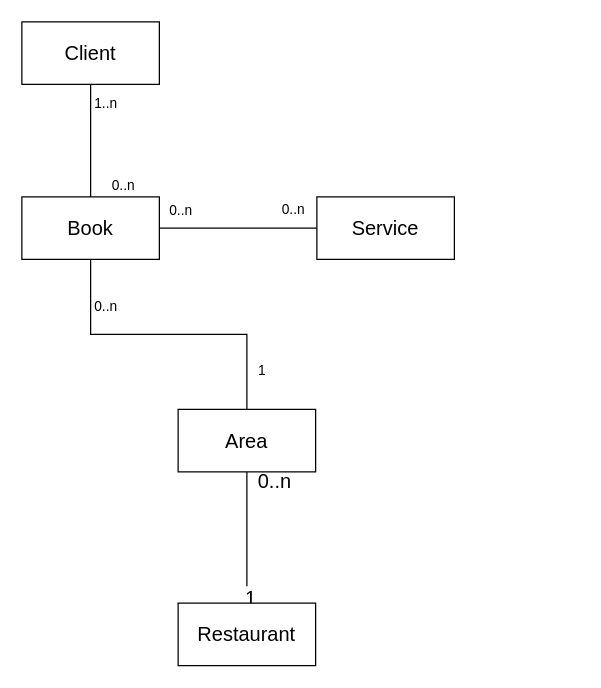
Lopez10/tempus-backend keeps this draw.io diagram as page "BasicClass" (1 of 5) of models/tempus-UML.drawio. Above is the earlier version. Source tidied: cells renumbered, new cells numbered last; positions are measured from the earlier drawing's top-left corner, leaving out a move shared by most shapes. Both pictures are drawn from the tidied source at 125%, with x=0, y=0 at pixel (21, 21).
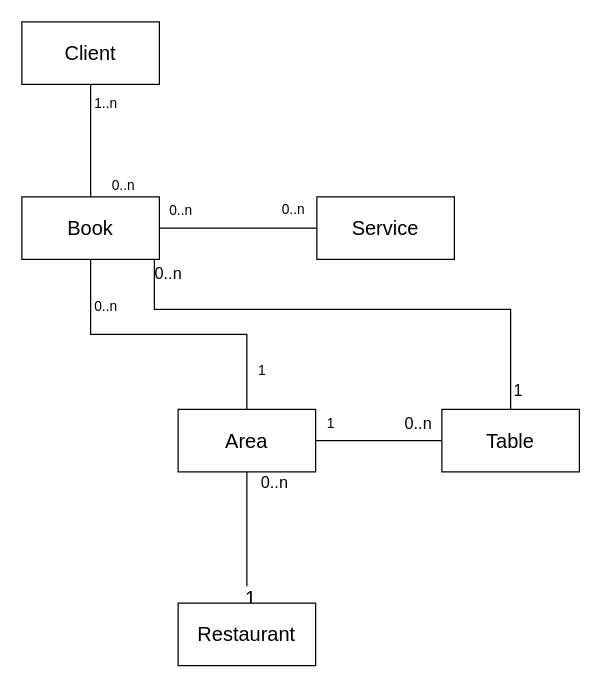
The same page after the edit.

Commit message:
Modify uml diagram

Unchanged cells that the change refers to:
```xml
<mxCell id="7" value="Book" style="html=1;whiteSpace=wrap;fontSize=16;" parent="1" vertex="1">
  <mxGeometry y="140" width="110" height="50" as="geometry" />
</mxCell>
<mxCell id="9" style="edgeStyle=orthogonalEdgeStyle;rounded=0;jettySize=auto;html=1;exitX=0.5;exitY=0;exitDx=0;exitDy=0;entryX=0.5;entryY=1;entryDx=0;entryDy=0;fontSize=12;startSize=8;endSize=8;endArrow=none;endFill=0;" parent="1" edge="1" source="12" target="16">
  <mxGeometry relative="1" as="geometry" />
</mxCell>
<mxCell id="16" value="Area" style="html=1;whiteSpace=wrap;fontSize=16;" parent="1" vertex="1">
  <mxGeometry x="125" y="310" width="110" height="50" as="geometry" />
</mxCell>
```

The edit, as a diff of the source:
```diff
@@
+    <mxCell id="19" style="edgeStyle=orthogonalEdgeStyle;html=1;entryX=0.5;entryY=0;entryDx=0;entryDy=0;endArrow=none;endFill=0;rounded=0;exitX=1;exitY=1;exitDx=0;exitDy=0;" parent="1" edge="1" source="7" target="25">
+      <mxGeometry relative="1" as="geometry">
+        <Array as="points">
+          <mxPoint x="106" y="190" />
+          <mxPoint x="106" y="230" />
+          <mxPoint x="391" y="230" />
+        </Array>
+      </mxGeometry>
+    </mxCell>
+    <mxCell id="20" value="1" style="edgeLabel;html=1;align=center;verticalAlign=middle;fontSize=13;" parent="19" vertex="1">
+      <mxGeometry x="0.92" y="1" relative="1" as="geometry">
+        <mxPoint x="4" as="offset" />
+      </mxGeometry>
+    </mxCell>
+    <mxCell id="21" value="0..n" style="edgeLabel;html=1;align=center;verticalAlign=middle;fontSize=13;" parent="19" vertex="1">
+      <mxGeometry x="-0.92" y="2" relative="1" as="geometry">
+        <mxPoint x="8" y="-2" as="offset" />
+      </mxGeometry>
+    </mxCell>
@@
-    <mxCell id="11" value="0..n" style="edgeLabel;html=1;align=center;verticalAlign=middle;fontSize=16;" parent="9" vertex="1">
+    <mxCell id="11" value="&lt;font style=&quot;font-size: 13px;&quot;&gt;0..n&lt;/font&gt;" style="edgeLabel;html=1;align=center;verticalAlign=middle;fontSize=16;" parent="9" vertex="1">
       <mxGeometry x="0.96" y="1" relative="1" as="geometry">
         <mxPoint x="22" y="4" as="offset" />
       </mxGeometry>
     </mxCell>
@@
+    <mxCell id="22" style="edgeStyle=orthogonalEdgeStyle;html=1;endArrow=none;endFill=0;" parent="1" edge="1" source="16" target="25">
+      <mxGeometry relative="1" as="geometry" />
+    </mxCell>
+    <mxCell id="23" value="1" style="edgeLabel;html=1;align=center;verticalAlign=middle;" parent="22" vertex="1">
+      <mxGeometry x="-0.78" y="2" relative="1" as="geometry">
+        <mxPoint y="-13" as="offset" />
+      </mxGeometry>
+    </mxCell>
+    <mxCell id="24" value="&lt;font style=&quot;font-size: 13px;&quot;&gt;0..n&lt;/font&gt;" style="edgeLabel;html=1;align=center;verticalAlign=middle;" parent="22" vertex="1">
+      <mxGeometry x="0.78" relative="1" as="geometry">
+        <mxPoint x="-9" y="-15" as="offset" />
+      </mxGeometry>
+    </mxCell>
@@
+    <mxCell id="25" value="Table" style="html=1;whiteSpace=wrap;fontSize=16;" parent="1" vertex="1">
+      <mxGeometry x="336" y="310" width="110" height="50" as="geometry" />
+    </mxCell>
```
